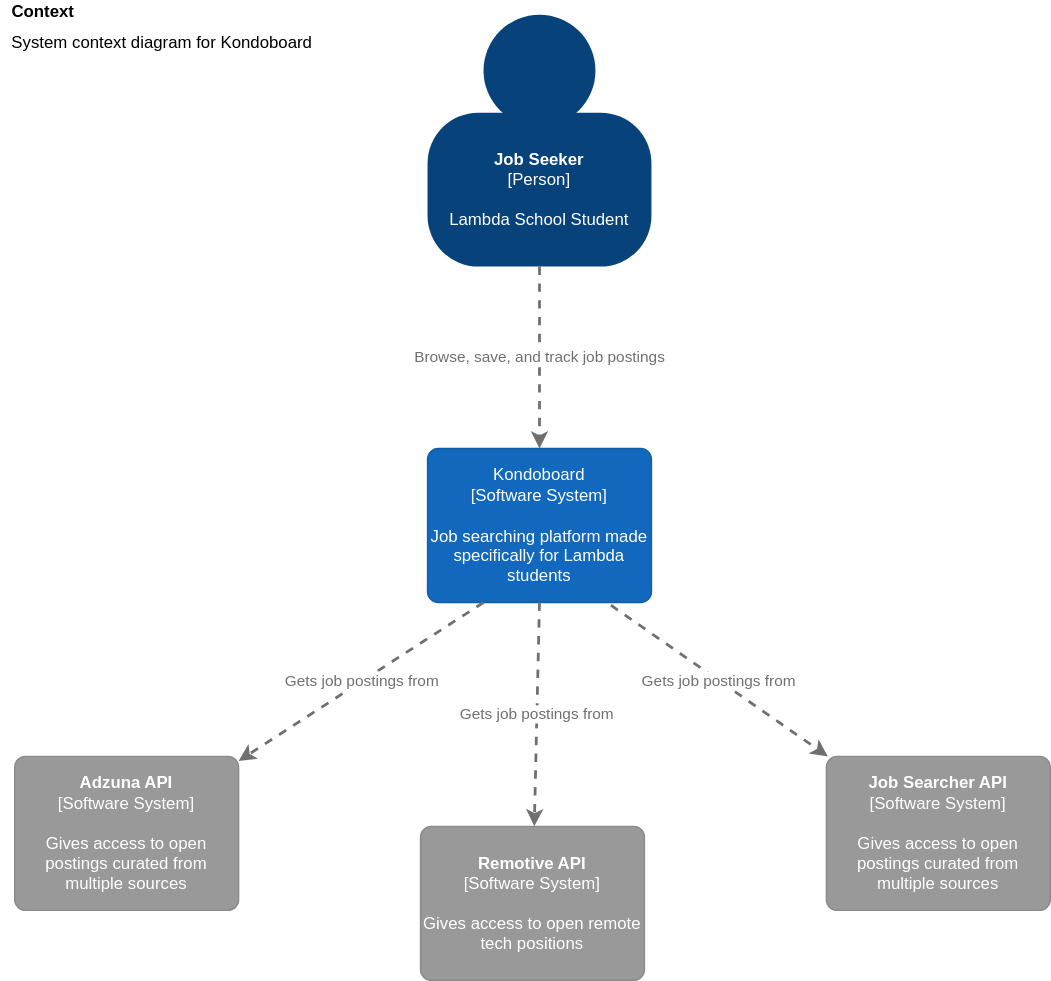
BloomTech-Labs/kondoboard-cron keeps this draw.io diagram as diagrams/kondo_context.svg. Above is the earlier version. Source tidied: cells renumbered, new cells last; positions are measured from the earlier drawing's top-left corner, leaving out a move shared by most shapes. Source of this version:
```xml
<mxGraphModel>
  <root>
    <mxCell id="0" />
    <mxCell id="1" parent="0" />
    <mxCell id="2" style="group;rounded=0;labelBackgroundColor=none;fillColor=none;fontColor=#ffffff;align=center;html=1;" parent="1" vertex="1">
      <mxGeometry x="305" y="10" width="160" height="180" as="geometry" />
    </mxCell>
    <object id="3" label="&lt;b&gt;Job Seeker&lt;br&gt;&lt;/b&gt;&lt;div&gt;[Person]&lt;/div&gt;&lt;div&gt;&lt;br&gt;&lt;/div&gt;&lt;div&gt;Lambda School Student&lt;br&gt;&lt;/div&gt;" c4Description="Description" c4Name="name" c4Type="body" placeholders="1">
      <mxCell style="rounded=1;whiteSpace=wrap;html=1;labelBackgroundColor=none;fillColor=#08427b;fontColor=#ffffff;align=center;arcSize=33;strokeColor=3c7fc0;" parent="2" vertex="1">
        <mxGeometry y="70" width="160" height="110" as="geometry" />
      </mxCell>
    </object>
    <mxCell id="4" style="ellipse;whiteSpace=wrap;html=1;rounded=0;labelBackgroundColor=none;fillColor=#08427b;fontSize=12;fontColor=#ffffff;align=center;strokeColor=3c7fc0;" parent="2" vertex="1">
      <mxGeometry x="40" width="80" height="80" as="geometry" />
    </mxCell>
    <mxCell id="5" value="Browse, save, and track job postings" style="edgeStyle=none;rounded=0;html=1;jettySize=auto;strokeColor=#707070;strokeWidth=2;fontColor=#707070;jumpStyle=none;dashed=1;exitX=0.5;exitY=1;exitDx=0;exitDy=0;" parent="1" edge="1" source="3" target="6">
      <mxGeometry relative="1" as="geometry" />
    </mxCell>
    <object id="6" label="&lt;div&gt;Kondoboard&lt;/div&gt;&lt;div&gt;[Software System]&lt;/div&gt;&lt;div&gt;&lt;br&gt;&lt;/div&gt;&lt;div&gt;Job searching platform made specifically for Lambda students&lt;br&gt;&lt;/div&gt;" c4Description="Description" c4Name="name" c4Type="SoftwareSystem" placeholders="1">
      <mxCell style="rounded=1;whiteSpace=wrap;html=1;labelBackgroundColor=none;fillColor=#1168bd;fontColor=#ffffff;align=center;arcSize=7;strokeColor=#0f5eaa;" parent="1" vertex="1">
        <mxGeometry x="305" y="320" width="160" height="110" as="geometry" />
      </mxCell>
    </object>
    <mxCell id="7" value="Gets job postings from" style="edgeStyle=none;rounded=0;html=1;jettySize=auto;strokeColor=#707070;strokeWidth=2;fontColor=#707070;jumpStyle=none;dashed=1;exitX=0.819;exitY=1.018;exitDx=0;exitDy=0;exitPerimeter=0;" parent="1" edge="1" source="6" target="10">
      <mxGeometry relative="1" as="geometry" />
    </mxCell>
    <mxCell id="8" value="Gets job postings from" style="edgeStyle=none;rounded=0;html=1;jettySize=auto;strokeColor=#707070;strokeWidth=2;fontColor=#707070;jumpStyle=none;dashed=1;exitX=0.5;exitY=1;exitDx=0;exitDy=0;" parent="1" edge="1" source="6" target="11">
      <mxGeometry relative="1" as="geometry" />
    </mxCell>
    <mxCell id="9" value="Gets job postings from" style="edgeStyle=none;rounded=0;html=1;jettySize=auto;strokeColor=#707070;strokeWidth=2;fontColor=#707070;jumpStyle=none;dashed=1;exitX=0.25;exitY=1;exitDx=0;exitDy=0;" parent="1" edge="1" source="6" target="12">
      <mxGeometry relative="1" as="geometry" />
    </mxCell>
    <object id="10" label="&lt;b&gt;Job Searcher API&lt;br&gt;&lt;/b&gt;&lt;div&gt;[Software System]&lt;/div&gt;&lt;div&gt;&lt;br&gt;&lt;/div&gt;&lt;div&gt;Gives access to open postings curated from multiple sources&lt;br&gt;&lt;/div&gt;" c4Description="Description" c4Name="name" c4Type="SoftwareSystemDependency" placeholders="1">
      <mxCell style="rounded=1;whiteSpace=wrap;html=1;labelBackgroundColor=none;fillColor=#999999;fontColor=#ffffff;align=center;arcSize=7;strokeColor=#8a8a8a;" parent="1" vertex="1">
        <mxGeometry x="590" y="540" width="160" height="110" as="geometry" />
      </mxCell>
    </object>
    <object id="11" label="&lt;b&gt;Remotive API&lt;br&gt;&lt;/b&gt;&lt;div&gt;[Software System]&lt;/div&gt;&lt;div&gt;&lt;br&gt;&lt;/div&gt;&lt;div&gt;Gives access to open remote tech positions&lt;br&gt;&lt;/div&gt;" c4Description="Description" c4Name="name" c4Type="SoftwareSystemDependency" placeholders="1">
      <mxCell style="rounded=1;whiteSpace=wrap;html=1;labelBackgroundColor=none;fillColor=#999999;fontColor=#ffffff;align=center;arcSize=7;strokeColor=#8a8a8a;" parent="1" vertex="1">
        <mxGeometry x="300" y="590" width="160" height="110" as="geometry" />
      </mxCell>
    </object>
    <object id="12" label="&lt;b&gt;Adzuna API&lt;br&gt;&lt;/b&gt;&lt;div&gt;[Software System]&lt;/div&gt;&lt;div&gt;&lt;br&gt;&lt;/div&gt;&lt;div&gt;Gives access to open postings curated from multiple sources&lt;br&gt;&lt;/div&gt;" c4Description="Description" c4Name="name" c4Type="SoftwareSystemDependency" placeholders="1">
      <mxCell style="rounded=1;whiteSpace=wrap;html=1;labelBackgroundColor=none;fillColor=#999999;fontColor=#ffffff;align=center;arcSize=7;strokeColor=#8a8a8a;" parent="1" vertex="1">
        <mxGeometry x="10" y="540" width="160" height="110" as="geometry" />
      </mxCell>
    </object>
    <mxCell id="13" value="&lt;div&gt;&lt;b&gt;Context &lt;/b&gt;&lt;br&gt;&lt;/div&gt;&lt;div&gt;&lt;br&gt;&lt;/div&gt;" style="text;html=1;align=center;verticalAlign=middle;" parent="1" vertex="1">
      <mxGeometry width="60" height="30" as="geometry" />
    </mxCell>
    <mxCell id="14" value="System context diagram for Kondoboard" style="text;html=1;align=center;verticalAlign=middle;" parent="1" vertex="1">
      <mxGeometry y="20" width="230" height="20" as="geometry" />
    </mxCell>
  </root>
</mxGraphModel>
```
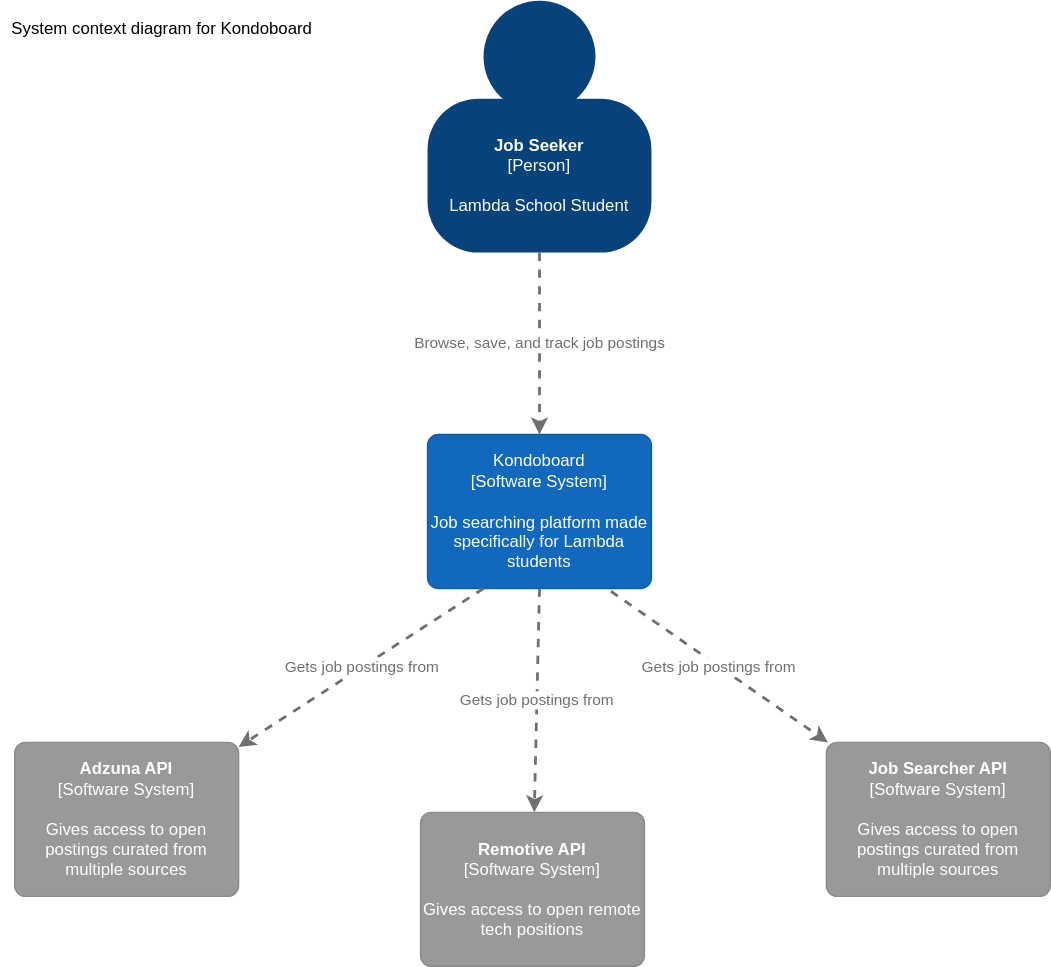
After the change.

Commit message:
Removes ugly extra word from diagram

The edit, as a diff of the source:
```diff
@@ -45,9 +45,6 @@
         <mxGeometry x="10" y="540" width="160" height="110" as="geometry" />
       </mxCell>
     </object>
-    <mxCell id="13" value="&lt;div&gt;&lt;b&gt;Context &lt;/b&gt;&lt;br&gt;&lt;/div&gt;&lt;div&gt;&lt;br&gt;&lt;/div&gt;" style="text;html=1;align=center;verticalAlign=middle;" parent="1" vertex="1">
-      <mxGeometry width="60" height="30" as="geometry" />
-    </mxCell>
     <mxCell id="14" value="System context diagram for Kondoboard" style="text;html=1;align=center;verticalAlign=middle;" parent="1" vertex="1">
       <mxGeometry y="20" width="230" height="20" as="geometry" />
     </mxCell>
```
